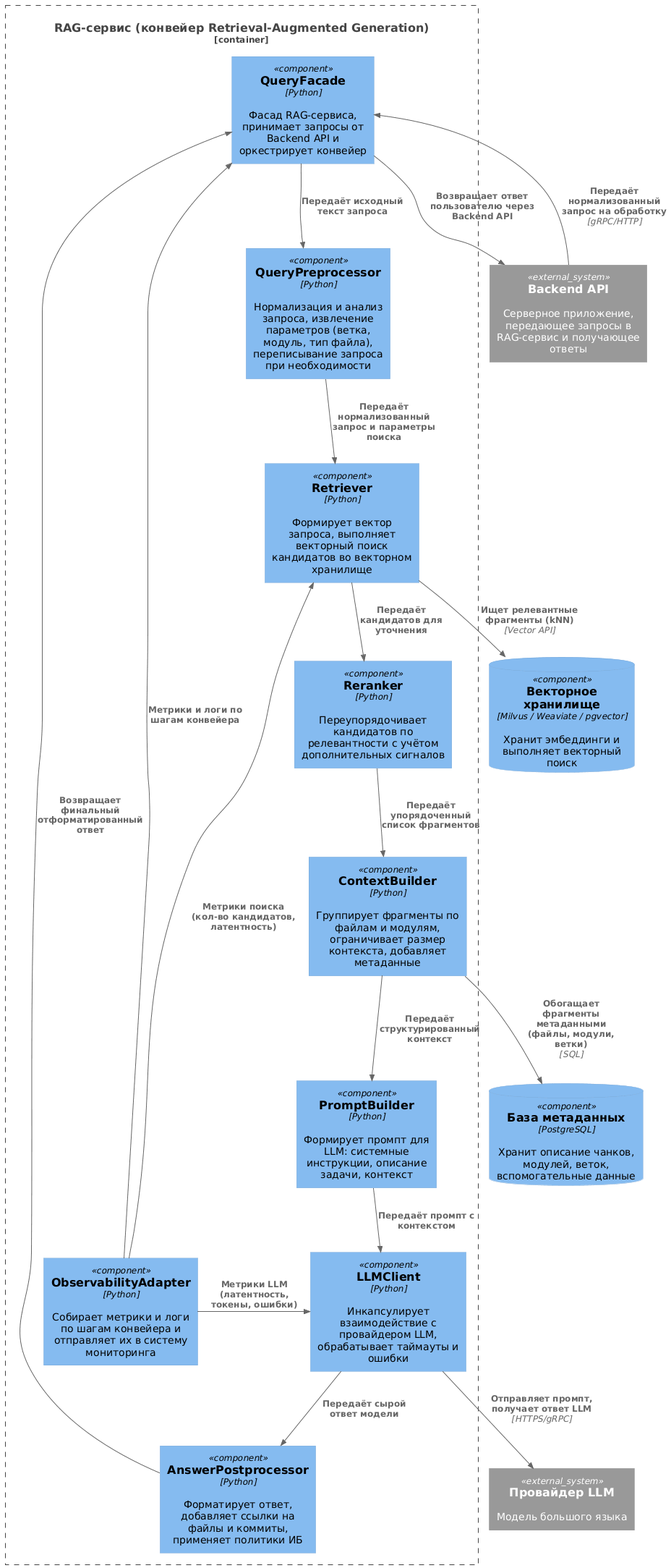
Earlier version of the PlantUML export LabWork2/components-rag-service.png (GaagAlex1/labs_design_of_software_systems_architecture_gaag). Source of this version:
```plantuml
@startuml

!include https://raw.githubusercontent.com/plantuml-stdlib/C4-PlantUML/master/C4_Component.puml

LAYOUT_TOP_DOWN()

Container_Boundary(rag, "RAG-сервис (конвейер Retrieval-Augmented Generation)") {

  Component(queryFacade, "QueryFacade", "Python", "Фасад RAG-сервиса, принимает запросы от Backend API и оркестрирует конвейер")

  Component(preprocessor, "QueryPreprocessor", "Python", "Нормализация и анализ запроса, извлечение параметров (ветка, модуль, тип файла), переписывание запроса при необходимости")

  Component(retriever, "Retriever", "Python", "Формирует вектор запроса, выполняет векторный поиск кандидатов во векторном хранилище")

  Component(reranker, "Reranker", "Python", "Переупорядочивает кандидатов по релевантности с учётом дополнительных сигналов")

  Component(contextBuilder, "ContextBuilder", "Python", "Группирует фрагменты по файлам и модулям, ограничивает размер контекста, добавляет метаданные")

  Component(promptBuilder, "PromptBuilder", "Python", "Формирует промпт для LLM: системные инструкции, описание задачи, контекст")

  Component(llmClient, "LLMClient", "Python", "Инкапсулирует взаимодействие с провайдером LLM, обрабатывает таймауты и ошибки")

  Component(postprocessor, "AnswerPostprocessor", "Python", "Форматирует ответ, добавляет ссылки на файлы и коммиты, применяет политики ИБ")

  Component(observability, "ObservabilityAdapter", "Python", "Собирает метрики и логи по шагам конвейера и отправляет их в систему мониторинга")
}

System_Ext(api, "Backend API", "Серверное приложение, передающее запросы в RAG-сервис и получающее ответы")

ComponentDb(vectordb, "Векторное хранилище", "Milvus / Weaviate / pgvector", "Хранит эмбеддинги и выполняет векторный поиск")

ComponentDb(metadata, "База метаданных", "PostgreSQL", "Хранит описание чанков, модулей, веток, вспомогательные данные")

System_Ext(llm, "Провайдер LLM", "Модель большого языка")

Rel(api, queryFacade, "Передаёт нормализованный запрос на обработку", "gRPC/HTTP")

Rel(queryFacade, preprocessor, "Передаёт исходный текст запроса", "")
Rel(preprocessor, retriever, "Передаёт нормализованный запрос и параметры поиска", "")
Rel(retriever, vectordb, "Ищет релевантные фрагменты (kNN)", "Vector API")
Rel(retriever, reranker, "Передаёт кандидатов для уточнения", "")

Rel(reranker, contextBuilder, "Передаёт упорядоченный список фрагментов", "")
Rel(contextBuilder, metadata, "Обогащает фрагменты метаданными (файлы, модули, ветки)", "SQL")
Rel(contextBuilder, promptBuilder, "Передаёт структурированный контекст", "")

Rel(promptBuilder, llmClient, "Передаёт промпт с контекстом", "")
Rel(llmClient, llm, "Отправляет промпт, получает ответ LLM", "HTTPS/gRPC")
Rel(llmClient, postprocessor, "Передаёт сырой ответ модели", "")

Rel(postprocessor, queryFacade, "Возвращает финальный отформатированный ответ", "")
Rel(queryFacade, api, "Возвращает ответ пользователю через Backend API", "")

Rel_L(observability, queryFacade, "Метрики и логи по шагам конвейера", "")
Rel_L(observability, retriever, "Метрики поиска (кол-во кандидатов, латентность)", "")
Rel_L(observability, llmClient, "Метрики LLM (латентность, токены, ошибки)", "")
@enduml
```
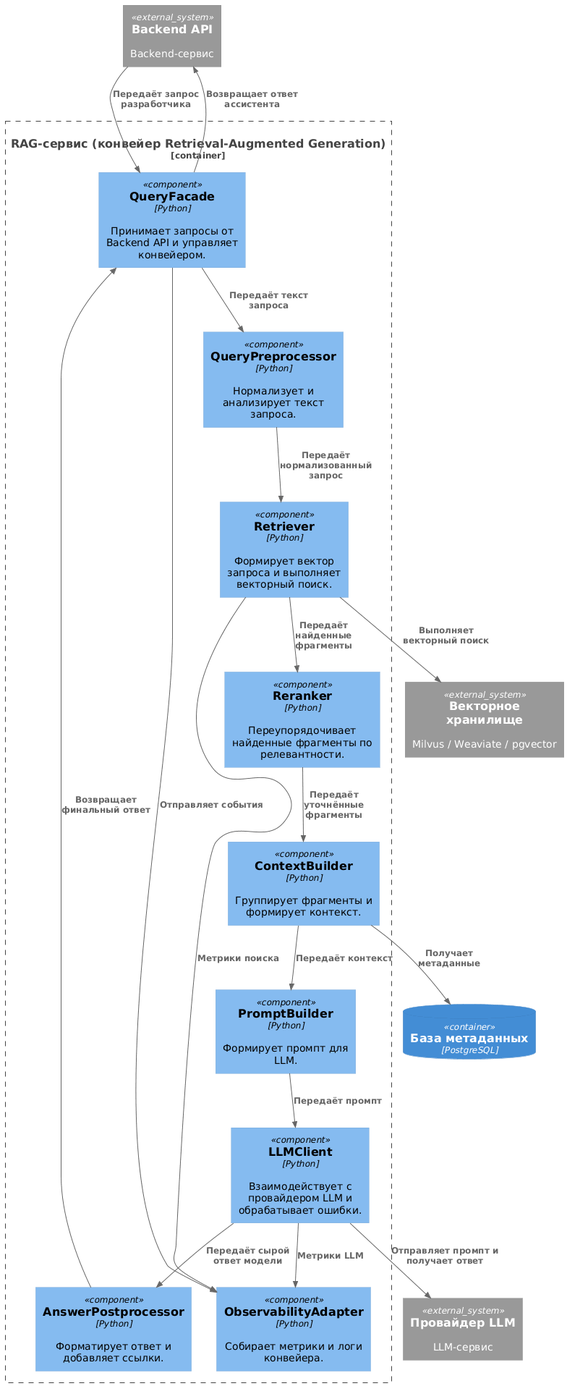
Later version of the same file.

Diff of the diagram source:
```diff
@@ -1,57 +1,40 @@
 @startuml
-
 !include https://raw.githubusercontent.com/plantuml-stdlib/C4-PlantUML/master/C4_Component.puml
 
-LAYOUT_TOP_DOWN()
+System_Ext(backend, "Backend API", "Backend-сервис")
+System_Ext(vectorStore, "Векторное хранилище", "Milvus / Weaviate / pgvector")
+ContainerDb(metadataDb, "База метаданных", "PostgreSQL")
+System_Ext(llmProvider, "Провайдер LLM", "LLM-сервис")
 
 Container_Boundary(rag, "RAG-сервис (конвейер Retrieval-Augmented Generation)") {
 
-  Component(queryFacade, "QueryFacade", "Python", "Фасад RAG-сервиса, принимает запросы от Backend API и оркестрирует конвейер")
-
-  Component(preprocessor, "QueryPreprocessor", "Python", "Нормализация и анализ запроса, извлечение параметров (ветка, модуль, тип файла), переписывание запроса при необходимости")
-
-  Component(retriever, "Retriever", "Python", "Формирует вектор запроса, выполняет векторный поиск кандидатов во векторном хранилище")
-
-  Component(reranker, "Reranker", "Python", "Переупорядочивает кандидатов по релевантности с учётом дополнительных сигналов")
-
-  Component(contextBuilder, "ContextBuilder", "Python", "Группирует фрагменты по файлам и модулям, ограничивает размер контекста, добавляет метаданные")
-
-  Component(promptBuilder, "PromptBuilder", "Python", "Формирует промпт для LLM: системные инструкции, описание задачи, контекст")
-
-  Component(llmClient, "LLMClient", "Python", "Инкапсулирует взаимодействие с провайдером LLM, обрабатывает таймауты и ошибки")
-
-  Component(postprocessor, "AnswerPostprocessor", "Python", "Форматирует ответ, добавляет ссылки на файлы и коммиты, применяет политики ИБ")
-
-  Component(observability, "ObservabilityAdapter", "Python", "Собирает метрики и логи по шагам конвейера и отправляет их в систему мониторинга")
+  Component(queryFacade, "QueryFacade", "Python", "Принимает запросы от Backend API и управляет конвейером.")
+  Component(queryPreprocessor, "QueryPreprocessor", "Python", "Нормализует и анализирует текст запроса.")
+  Component(retriever, "Retriever", "Python", "Формирует вектор запроса и выполняет векторный поиск.")
+  Component(reranker, "Reranker", "Python", "Переупорядочивает найденные фрагменты по релевантности.")
+  Component(contextBuilder, "ContextBuilder", "Python", "Группирует фрагменты и формирует контекст.")
+  Component(promptBuilder, "PromptBuilder", "Python", "Формирует промпт для LLM.")
+  Component(llmClient, "LLMClient", "Python", "Взаимодействует с провайдером LLM и обрабатывает ошибки.")
+  Component(answerPostprocessor, "AnswerPostprocessor", "Python", "Форматирует ответ и добавляет ссылки.")
+  Component(observability, "ObservabilityAdapter", "Python", "Собирает метрики и логи конвейера.")
 }
 
-System_Ext(api, "Backend API", "Серверное приложение, передающее запросы в RAG-сервис и получающее ответы")
+Rel(backend, queryFacade, "Передаёт запрос разработчика")
+Rel(queryFacade, queryPreprocessor, "Передаёт текст запроса")
+Rel(queryPreprocessor, retriever, "Передаёт нормализованный запрос")
+Rel(retriever, reranker, "Передаёт найденные фрагменты")
+Rel(reranker, contextBuilder, "Передаёт уточнённые фрагменты")
+Rel(contextBuilder, promptBuilder, "Передаёт контекст")
+Rel(promptBuilder, llmClient, "Передаёт промпт")
+Rel(llmClient, answerPostprocessor, "Передаёт сырой ответ модели")
+Rel(answerPostprocessor, queryFacade, "Возвращает финальный ответ")
+Rel(queryFacade, backend, "Возвращает ответ ассистента")
 
-ComponentDb(vectordb, "Векторное хранилище", "Milvus / Weaviate / pgvector", "Хранит эмбеддинги и выполняет векторный поиск")
+Rel(retriever, vectorStore, "Выполняет векторный поиск")
+Rel(contextBuilder, metadataDb, "Получает метаданные")
+Rel(llmClient, llmProvider, "Отправляет промпт и получает ответ")
 
-ComponentDb(metadata, "База метаданных", "PostgreSQL", "Хранит описание чанков, модулей, веток, вспомогательные данные")
-
-System_Ext(llm, "Провайдер LLM", "Модель большого языка")
-
-Rel(api, queryFacade, "Передаёт нормализованный запрос на обработку", "gRPC/HTTP")
-
-Rel(queryFacade, preprocessor, "Передаёт исходный текст запроса", "")
-Rel(preprocessor, retriever, "Передаёт нормализованный запрос и параметры поиска", "")
-Rel(retriever, vectordb, "Ищет релевантные фрагменты (kNN)", "Vector API")
-Rel(retriever, reranker, "Передаёт кандидатов для уточнения", "")
-
-Rel(reranker, contextBuilder, "Передаёт упорядоченный список фрагментов", "")
-Rel(contextBuilder, metadata, "Обогащает фрагменты метаданными (файлы, модули, ветки)", "SQL")
-Rel(contextBuilder, promptBuilder, "Передаёт структурированный контекст", "")
-
-Rel(promptBuilder, llmClient, "Передаёт промпт с контекстом", "")
-Rel(llmClient, llm, "Отправляет промпт, получает ответ LLM", "HTTPS/gRPC")
-Rel(llmClient, postprocessor, "Передаёт сырой ответ модели", "")
-
-Rel(postprocessor, queryFacade, "Возвращает финальный отформатированный ответ", "")
-Rel(queryFacade, api, "Возвращает ответ пользователю через Backend API", "")
-
-Rel_L(observability, queryFacade, "Метрики и логи по шагам конвейера", "")
-Rel_L(observability, retriever, "Метрики поиска (кол-во кандидатов, латентность)", "")
-Rel_L(observability, llmClient, "Метрики LLM (латентность, токены, ошибки)", "")
+Rel(queryFacade, observability, "Отправляет события")
+Rel(retriever, observability, "Метрики поиска")
+Rel(llmClient, observability, "Метрики LLM")
 @enduml
```
